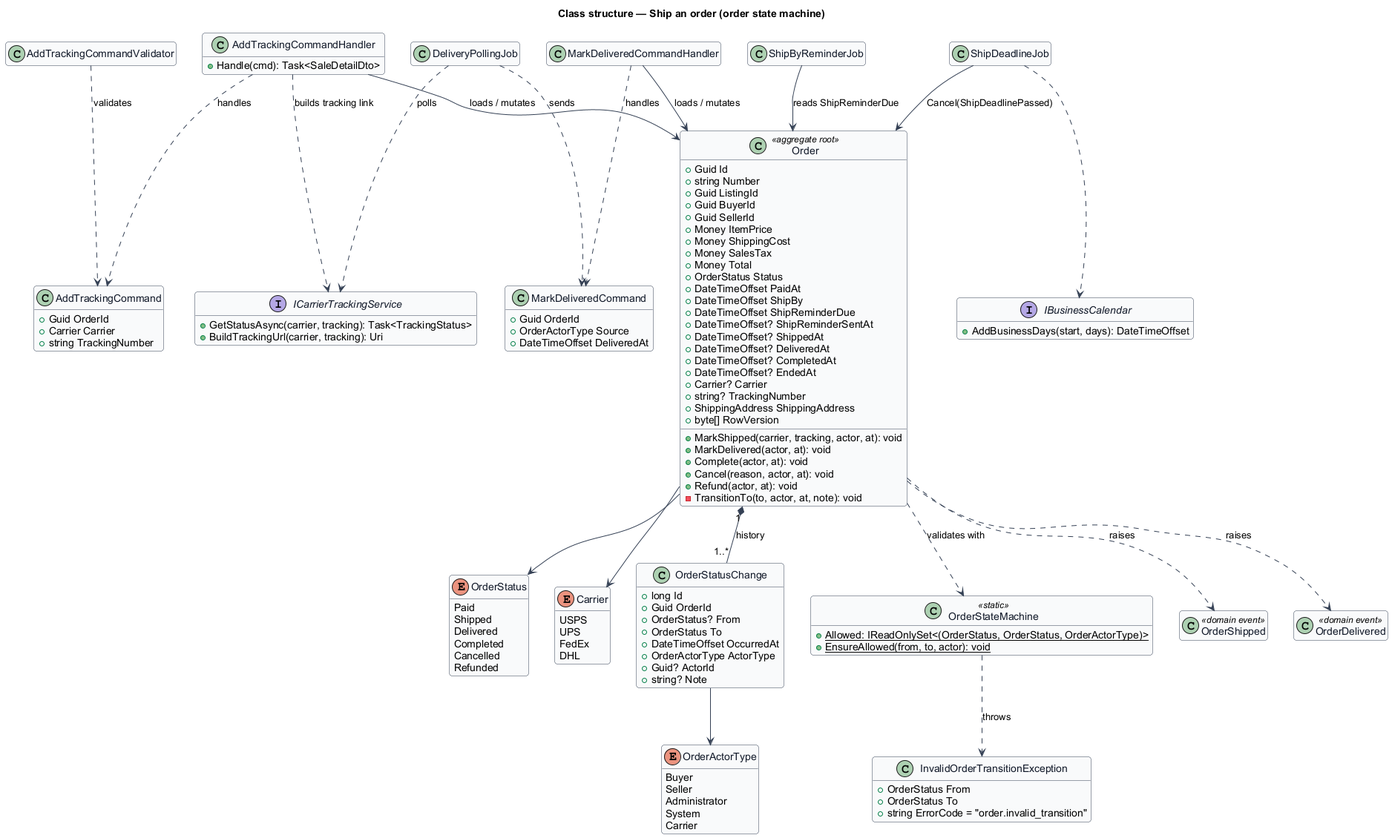
The PlantUML diagram docs/detailed-designs/orders/ship-order/diagrams/class-structure.png in QuinntyneBrown/12l, before a commit. Source of this version:
```plantuml
@startuml
skinparam backgroundColor #FFFFFF
skinparam shadowing false
skinparam roundcorner 8
skinparam defaultFontName Arial
skinparam ArrowColor #344054
skinparam class {
  BorderColor #344054
  FontColor #101828
  BackgroundColor #F9FAFB
}
hide empty members
title Class structure — Ship an order (order state machine)

enum OrderStatus {
  Paid
  Shipped
  Delivered
  Completed
  Cancelled
  Refunded
}
enum OrderActorType {
  Buyer
  Seller
  Administrator
  System
  Carrier
}
enum Carrier {
  USPS
  UPS
  FedEx
  DHL
}
class Order <<aggregate root>> {
  +Guid Id
  +string Number
  +Guid ListingId
  +Guid BuyerId
  +Guid SellerId
  +Money ItemPrice
  +Money ShippingCost
  +Money SalesTax
  +Money Total
  +OrderStatus Status
  +DateTimeOffset PaidAt
  +DateTimeOffset ShipBy
  +DateTimeOffset ShipReminderDue
  +DateTimeOffset? ShipReminderSentAt
  +DateTimeOffset? ShippedAt
  +DateTimeOffset? DeliveredAt
  +DateTimeOffset? CompletedAt
  +DateTimeOffset? EndedAt
  +Carrier? Carrier
  +string? TrackingNumber
  +ShippingAddress ShippingAddress
  +byte[] RowVersion
  +MarkShipped(carrier, tracking, actor, at): void
  +MarkDelivered(actor, at): void
  +Complete(actor, at): void
  +Cancel(reason, actor, at): void
  +Refund(actor, at): void
  -TransitionTo(to, actor, at, note): void
}
class OrderStatusChange {
  +long Id
  +Guid OrderId
  +OrderStatus? From
  +OrderStatus To
  +DateTimeOffset OccurredAt
  +OrderActorType ActorType
  +Guid? ActorId
  +string? Note
}
class OrderStateMachine <<static>> {
  +{static} Allowed: IReadOnlySet<(OrderStatus, OrderStatus, OrderActorType)>
  +{static} EnsureAllowed(from, to, actor): void
}
class InvalidOrderTransitionException {
  +OrderStatus From
  +OrderStatus To
  +string ErrorCode = "order.invalid_transition"
}
class AddTrackingCommand {
  +Guid OrderId
  +Carrier Carrier
  +string TrackingNumber
}
class AddTrackingCommandValidator
class AddTrackingCommandHandler {
  +Handle(cmd): Task<SaleDetailDto>
}
class MarkDeliveredCommand {
  +Guid OrderId
  +OrderActorType Source
  +DateTimeOffset DeliveredAt
}
class MarkDeliveredCommandHandler
interface IBusinessCalendar {
  +AddBusinessDays(start, days): DateTimeOffset
}
interface ICarrierTrackingService {
  +GetStatusAsync(carrier, tracking): Task<TrackingStatus>
  +BuildTrackingUrl(carrier, tracking): Uri
}
class ShipByReminderJob
class ShipDeadlineJob
class DeliveryPollingJob
class OrderShipped <<domain event>>
class OrderDelivered <<domain event>>

Order "1" *-- "1..*" OrderStatusChange : history
Order --> OrderStatus
Order ..> OrderStateMachine : validates with
OrderStateMachine ..> InvalidOrderTransitionException : throws
OrderStatusChange --> OrderActorType
Order --> Carrier
AddTrackingCommandHandler ..> AddTrackingCommand : handles
AddTrackingCommandValidator ..> AddTrackingCommand : validates
AddTrackingCommandHandler --> Order : loads / mutates
AddTrackingCommandHandler ..> ICarrierTrackingService : builds tracking link
MarkDeliveredCommandHandler ..> MarkDeliveredCommand : handles
MarkDeliveredCommandHandler --> Order : loads / mutates
DeliveryPollingJob ..> ICarrierTrackingService : polls
DeliveryPollingJob ..> MarkDeliveredCommand : sends
ShipByReminderJob --> Order : reads ShipReminderDue
ShipDeadlineJob --> Order : Cancel(ShipDeadlinePassed)
ShipDeadlineJob ..> IBusinessCalendar
Order ..> OrderShipped : raises
Order ..> OrderDelivered : raises
@enduml
```
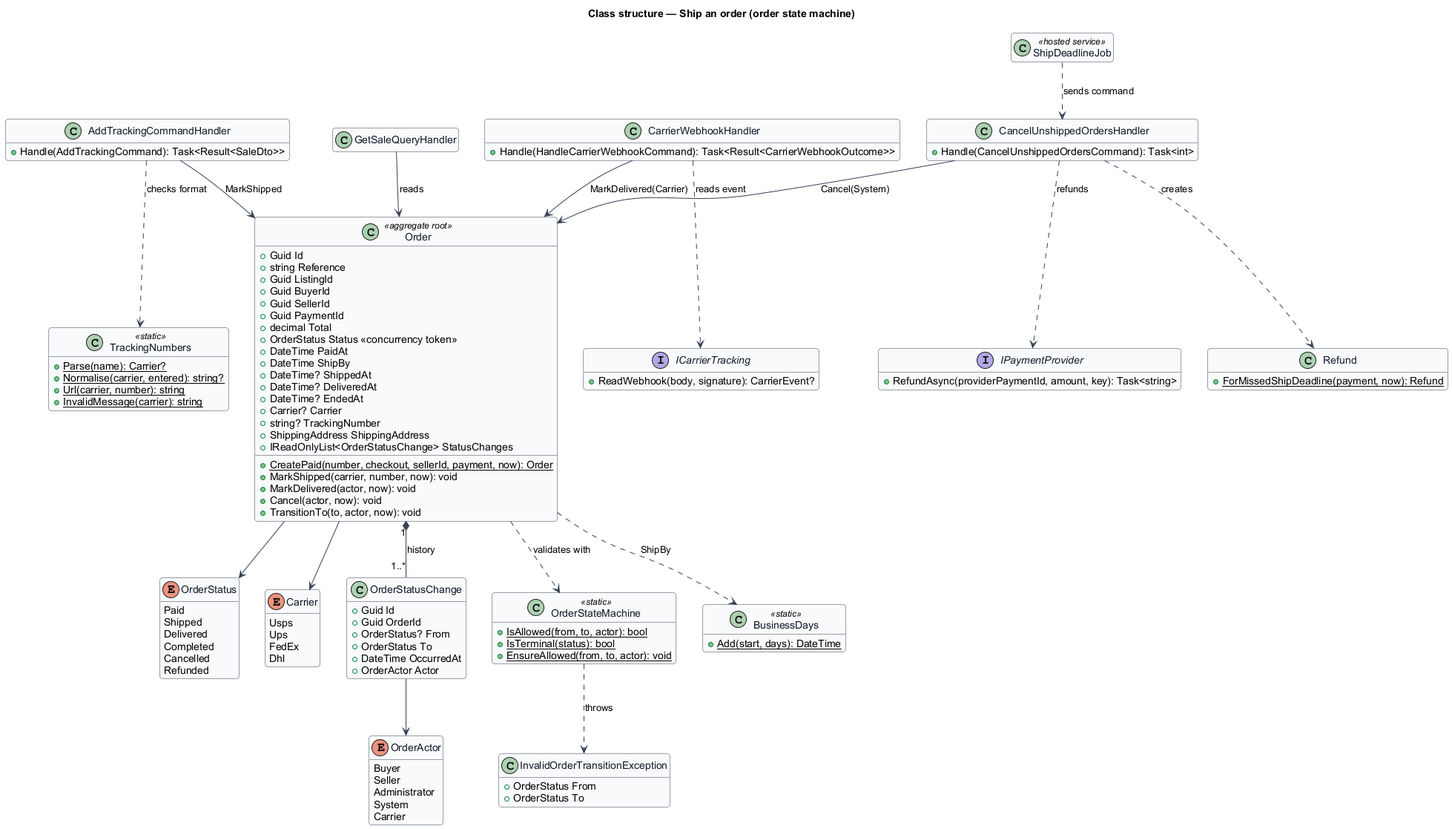
After the change.

What changed in the source:
```diff
@@ -20,7 +20,7 @@
   Cancelled
   Refunded
 }
-enum OrderActorType {
+enum OrderActor {
   Buyer
   Seller
   Administrator
@@ -28,105 +28,96 @@
   Carrier
 }
 enum Carrier {
-  USPS
-  UPS
+  Usps
+  Ups
   FedEx
-  DHL
+  Dhl
 }
 class Order <<aggregate root>> {
   +Guid Id
-  +string Number
+  +string Reference
   +Guid ListingId
   +Guid BuyerId
   +Guid SellerId
-  +Money ItemPrice
-  +Money ShippingCost
-  +Money SalesTax
-  +Money Total
-  +OrderStatus Status
-  +DateTimeOffset PaidAt
-  +DateTimeOffset ShipBy
-  +DateTimeOffset ShipReminderDue
-  +DateTimeOffset? ShipReminderSentAt
-  +DateTimeOffset? ShippedAt
-  +DateTimeOffset? DeliveredAt
-  +DateTimeOffset? CompletedAt
-  +DateTimeOffset? EndedAt
+  +Guid PaymentId
+  +decimal Total
+  +OrderStatus Status <<concurrency token>>
+  +DateTime PaidAt
+  +DateTime ShipBy
+  +DateTime? ShippedAt
+  +DateTime? DeliveredAt
+  +DateTime? EndedAt
   +Carrier? Carrier
   +string? TrackingNumber
   +ShippingAddress ShippingAddress
-  +byte[] RowVersion
-  +MarkShipped(carrier, tracking, actor, at): void
-  +MarkDelivered(actor, at): void
-  +Complete(actor, at): void
-  +Cancel(reason, actor, at): void
-  +Refund(actor, at): void
-  -TransitionTo(to, actor, at, note): void
+  +IReadOnlyList<OrderStatusChange> StatusChanges
+  +{static} CreatePaid(number, checkout, sellerId, payment, now): Order
+  +MarkShipped(carrier, number, now): void
+  +MarkDelivered(actor, now): void
+  +Cancel(actor, now): void
+  +TransitionTo(to, actor, now): void
 }
 class OrderStatusChange {
-  +long Id
+  +Guid Id
   +Guid OrderId
   +OrderStatus? From
   +OrderStatus To
-  +DateTimeOffset OccurredAt
-  +OrderActorType ActorType
-  +Guid? ActorId
-  +string? Note
+  +DateTime OccurredAt
+  +OrderActor Actor
 }
 class OrderStateMachine <<static>> {
-  +{static} Allowed: IReadOnlySet<(OrderStatus, OrderStatus, OrderActorType)>
+  +{static} IsAllowed(from, to, actor): bool
+  +{static} IsTerminal(status): bool
   +{static} EnsureAllowed(from, to, actor): void
 }
 class InvalidOrderTransitionException {
   +OrderStatus From
   +OrderStatus To
-  +string ErrorCode = "order.invalid_transition"
 }
-class AddTrackingCommand {
-  +Guid OrderId
-  +Carrier Carrier
-  +string TrackingNumber
+class BusinessDays <<static>> {
+  +{static} Add(start, days): DateTime
 }
-class AddTrackingCommandValidator
+class TrackingNumbers <<static>> {
+  +{static} Parse(name): Carrier?
+  +{static} Normalise(carrier, entered): string?
+  +{static} Url(carrier, number): string
+  +{static} InvalidMessage(carrier): string
+}
+class Refund {
+  +{static} ForMissedShipDeadline(payment, now): Refund
+}
 class AddTrackingCommandHandler {
-  +Handle(cmd): Task<SaleDetailDto>
+  +Handle(AddTrackingCommand): Task<Result<SaleDto>>
 }
-class MarkDeliveredCommand {
-  +Guid OrderId
-  +OrderActorType Source
-  +DateTimeOffset DeliveredAt
+class GetSaleQueryHandler
+class CarrierWebhookHandler {
+  +Handle(HandleCarrierWebhookCommand): Task<Result<CarrierWebhookOutcome>>
 }
-class MarkDeliveredCommandHandler
-interface IBusinessCalendar {
-  +AddBusinessDays(start, days): DateTimeOffset
+class CancelUnshippedOrdersHandler {
+  +Handle(CancelUnshippedOrdersCommand): Task<int>
 }
-interface ICarrierTrackingService {
-  +GetStatusAsync(carrier, tracking): Task<TrackingStatus>
-  +BuildTrackingUrl(carrier, tracking): Uri
+interface ICarrierTracking {
+  +ReadWebhook(body, signature): CarrierEvent?
 }
-class ShipByReminderJob
-class ShipDeadlineJob
-class DeliveryPollingJob
-class OrderShipped <<domain event>>
-class OrderDelivered <<domain event>>
+interface IPaymentProvider {
+  +RefundAsync(providerPaymentId, amount, key): Task<string>
+}
+class ShipDeadlineJob <<hosted service>>
 
 Order "1" *-- "1..*" OrderStatusChange : history
 Order --> OrderStatus
 Order ..> OrderStateMachine : validates with
+Order ..> BusinessDays : ShipBy
 OrderStateMachine ..> InvalidOrderTransitionException : throws
-OrderStatusChange --> OrderActorType
+OrderStatusChange --> OrderActor
 Order --> Carrier
-AddTrackingCommandHandler ..> AddTrackingCommand : handles
-AddTrackingCommandValidator ..> AddTrackingCommand : validates
-AddTrackingCommandHandler --> Order : loads / mutates
-AddTrackingCommandHandler ..> ICarrierTrackingService : builds tracking link
-MarkDeliveredCommandHandler ..> MarkDeliveredCommand : handles
-MarkDeliveredCommandHandler --> Order : loads / mutates
-DeliveryPollingJob ..> ICarrierTrackingService : polls
-DeliveryPollingJob ..> MarkDeliveredCommand : sends
-ShipByReminderJob --> Order : reads ShipReminderDue
-ShipDeadlineJob --> Order : Cancel(ShipDeadlinePassed)
-ShipDeadlineJob ..> IBusinessCalendar
-Order ..> OrderShipped : raises
-Order ..> OrderDelivered : raises
+AddTrackingCommandHandler ..> TrackingNumbers : checks format
+AddTrackingCommandHandler --> Order : MarkShipped
+GetSaleQueryHandler --> Order : reads
+CarrierWebhookHandler ..> ICarrierTracking : reads event
+CarrierWebhookHandler --> Order : MarkDelivered(Carrier)
+CancelUnshippedOrdersHandler --> Order : Cancel(System)
+CancelUnshippedOrdersHandler ..> Refund : creates
+CancelUnshippedOrdersHandler ..> IPaymentProvider : refunds
+ShipDeadlineJob ..> CancelUnshippedOrdersHandler : sends command
 @enduml
```
